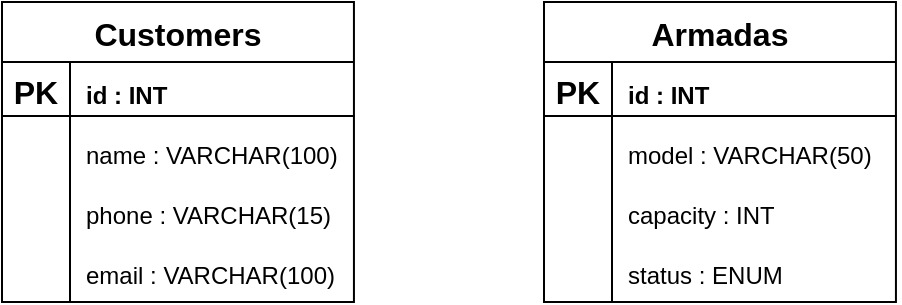
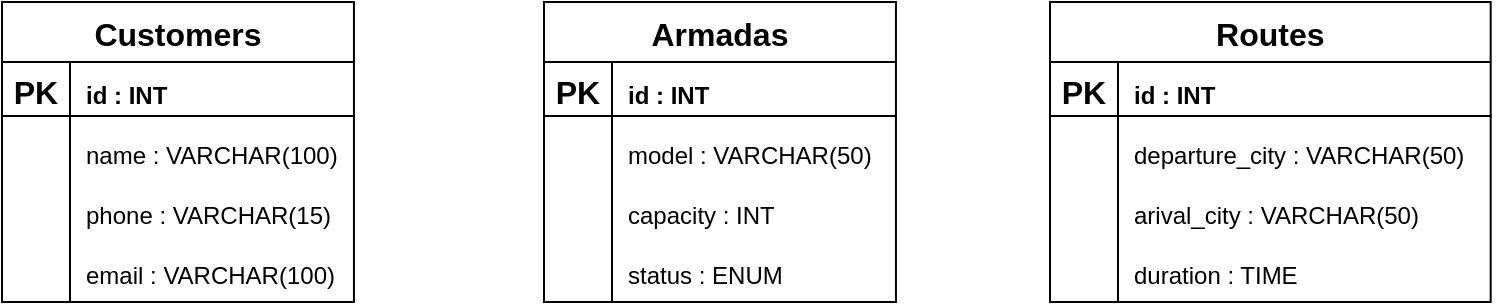
<mxfile host="Electron">
  <diagram name="Page-1" id="kJ8Mc6y_ZzB0DB1dgNBE">
-     <mxGraphModel dx="1223" dy="722" grid="0" gridSize="10" guides="1" tooltips="1" connect="1" arrows="1" fold="1" page="1" pageScale="1" pageWidth="1169" pageHeight="827" background="#ffffff" math="0" shadow="0">
+     <mxGraphModel dx="1019" dy="602" grid="0" gridSize="10" guides="1" tooltips="1" connect="1" arrows="1" fold="1" page="1" pageScale="1" pageWidth="1169" pageHeight="827" background="#ffffff" math="0" shadow="0">
      <root>
        <mxCell id="0" />
        <mxCell id="1" parent="0" />
        <mxCell id="spA_d-TOyame6YQLWrdW-179" parent="1" style="shape=table;startSize=30;container=1;collapsible=0;childLayout=tableLayout;fixedRows=1;rowLines=0;fontStyle=1;strokeColor=#000000;fontSize=16;fontColor=#000000;fillColor=#FFFFFF;" value="Customers" vertex="1">
          <mxGeometry height="150" width="175.9722609747027" x="104" y="78" as="geometry" />
        </mxCell>
        <mxCell id="spA_d-TOyame6YQLWrdW-180" parent="spA_d-TOyame6YQLWrdW-179" style="shape=tableRow;horizontal=0;startSize=0;swimlaneHead=0;swimlaneBody=0;top=0;left=0;bottom=0;right=0;collapsible=0;dropTarget=0;fillColor=none;points=[[0,0.5],[1,0.5]];portConstraint=eastwest;strokeColor=inherit;fontSize=16;" value="" vertex="1">
          <mxGeometry height="30" width="175.9722609747027" y="30" as="geometry" />
        </mxCell>
        <mxCell id="spA_d-TOyame6YQLWrdW-181" parent="spA_d-TOyame6YQLWrdW-180" style="shape=partialRectangle;html=1;whiteSpace=wrap;connectable=0;fillColor=none;top=0;left=0;bottom=0;right=0;overflow=hidden;pointerEvents=1;strokeColor=#000000;fontSize=16;fontColor=#000000;" value="&lt;b&gt;PK&lt;/b&gt;" vertex="1">
          <mxGeometry height="30" width="34" as="geometry">
            <mxRectangle height="30" width="34" as="alternateBounds" />
          </mxGeometry>
        </mxCell>
        <mxCell id="spA_d-TOyame6YQLWrdW-182" parent="spA_d-TOyame6YQLWrdW-180" style="shape=partialRectangle;html=1;whiteSpace=wrap;connectable=0;fillColor=none;top=0;left=0;bottom=0;right=0;align=left;spacingLeft=6;overflow=hidden;strokeColor=#000000;fontSize=16;fontColor=#000000;" value="&lt;font style=&quot;font-size: 12px;&quot;&gt;&lt;b&gt;id : INT&lt;/b&gt;&lt;/font&gt;" vertex="1">
          <mxGeometry height="30" width="142" x="34" as="geometry">
            <mxRectangle height="30" width="142" as="alternateBounds" />
          </mxGeometry>
        </mxCell>
        <mxCell id="spA_d-TOyame6YQLWrdW-183" parent="spA_d-TOyame6YQLWrdW-179" style="shape=tableRow;horizontal=0;startSize=0;swimlaneHead=0;swimlaneBody=0;top=0;left=0;bottom=0;right=0;collapsible=0;dropTarget=0;fillColor=none;points=[[0,0.5],[1,0.5]];portConstraint=eastwest;strokeColor=inherit;fontSize=16;" value="" vertex="1">
          <mxGeometry height="30" width="175.9722609747027" y="60" as="geometry" />
        </mxCell>
        <mxCell id="spA_d-TOyame6YQLWrdW-184" parent="spA_d-TOyame6YQLWrdW-183" style="shape=partialRectangle;html=1;whiteSpace=wrap;connectable=0;fillColor=none;top=0;left=0;bottom=0;right=0;overflow=hidden;strokeColor=inherit;fontSize=16;fontColor=#000000;" value="" vertex="1">
          <mxGeometry height="30" width="34" as="geometry">
            <mxRectangle height="30" width="34" as="alternateBounds" />
          </mxGeometry>
        </mxCell>
        <mxCell id="spA_d-TOyame6YQLWrdW-185" parent="spA_d-TOyame6YQLWrdW-183" style="shape=partialRectangle;html=1;whiteSpace=wrap;connectable=0;fillColor=none;top=0;left=0;bottom=0;right=0;align=left;spacingLeft=6;overflow=hidden;strokeColor=inherit;fontSize=16;fontColor=#000000;" value="&lt;span style=&quot;color: rgb(0, 0, 0); font-size: 12px;&quot;&gt;name :&amp;nbsp;&lt;/span&gt;&lt;span style=&quot;color: rgb(0, 0, 0); font-size: 12px; text-align: center;&quot;&gt;VARCHAR(100)&lt;/span&gt;" vertex="1">
          <mxGeometry height="30" width="142" x="34" as="geometry">
            <mxRectangle height="30" width="142" as="alternateBounds" />
          </mxGeometry>
        </mxCell>
        <mxCell id="spA_d-TOyame6YQLWrdW-186" parent="spA_d-TOyame6YQLWrdW-179" style="shape=tableRow;horizontal=0;startSize=0;swimlaneHead=0;swimlaneBody=0;top=0;left=0;bottom=0;right=0;collapsible=0;dropTarget=0;fillColor=none;points=[[0,0.5],[1,0.5]];portConstraint=eastwest;strokeColor=inherit;fontSize=16;" value="" vertex="1">
          <mxGeometry height="30" width="175.9722609747027" y="90" as="geometry" />
        </mxCell>
        <mxCell id="spA_d-TOyame6YQLWrdW-187" parent="spA_d-TOyame6YQLWrdW-186" style="shape=partialRectangle;html=1;whiteSpace=wrap;connectable=0;fillColor=none;top=0;left=0;bottom=0;right=0;overflow=hidden;strokeColor=inherit;fontSize=16;fontColor=#000000;" value="" vertex="1">
          <mxGeometry height="30" width="34" as="geometry">
            <mxRectangle height="30" width="34" as="alternateBounds" />
          </mxGeometry>
        </mxCell>
        <mxCell id="spA_d-TOyame6YQLWrdW-188" parent="spA_d-TOyame6YQLWrdW-186" style="shape=partialRectangle;html=1;whiteSpace=wrap;connectable=0;fillColor=none;top=0;left=0;bottom=0;right=0;align=left;spacingLeft=6;overflow=hidden;strokeColor=inherit;fontSize=16;fontColor=#000000;" value="&lt;span style=&quot;color: rgb(0, 0, 0); font-size: 12px;&quot;&gt;phone :&amp;nbsp;&lt;/span&gt;&lt;span style=&quot;color: rgb(0, 0, 0); font-size: 12px; text-align: center;&quot;&gt;VARCHAR(15)&lt;/span&gt;" vertex="1">
          <mxGeometry height="30" width="142" x="34" as="geometry">
            <mxRectangle height="30" width="142" as="alternateBounds" />
          </mxGeometry>
        </mxCell>
        <mxCell id="Xo8xpW6T9qOqPY2RvKqo-4" parent="spA_d-TOyame6YQLWrdW-179" style="shape=tableRow;horizontal=0;startSize=0;swimlaneHead=0;swimlaneBody=0;top=0;left=0;bottom=0;right=0;collapsible=0;dropTarget=0;fillColor=none;points=[[0,0.5],[1,0.5]];portConstraint=eastwest;strokeColor=inherit;fontSize=16;" value="" vertex="1">
          <mxGeometry height="30" width="175.9722609747027" y="120" as="geometry" />
        </mxCell>
        <mxCell id="Xo8xpW6T9qOqPY2RvKqo-5" parent="Xo8xpW6T9qOqPY2RvKqo-4" style="shape=partialRectangle;html=1;whiteSpace=wrap;connectable=0;fillColor=none;top=0;left=0;bottom=0;right=0;overflow=hidden;strokeColor=inherit;fontSize=16;fontColor=#000000;" value="" vertex="1">
          <mxGeometry height="30" width="34" as="geometry">
            <mxRectangle height="30" width="34" as="alternateBounds" />
          </mxGeometry>
        </mxCell>
        <mxCell id="Xo8xpW6T9qOqPY2RvKqo-6" parent="Xo8xpW6T9qOqPY2RvKqo-4" style="shape=partialRectangle;html=1;whiteSpace=wrap;connectable=0;fillColor=none;top=0;left=0;bottom=0;right=0;align=left;spacingLeft=6;overflow=hidden;strokeColor=inherit;fontSize=16;fontColor=#000000;" value="&lt;span style=&quot;color: rgb(0, 0, 0); font-size: 12px;&quot;&gt;email :&amp;nbsp;&lt;/span&gt;&lt;span style=&quot;color: rgb(0, 0, 0); font-size: 12px; text-align: center;&quot;&gt;VARCHAR(100)&lt;/span&gt;" vertex="1">
          <mxGeometry height="30" width="142" x="34" as="geometry">
            <mxRectangle height="30" width="142" as="alternateBounds" />
          </mxGeometry>
        </mxCell>
        <mxCell id="Xo8xpW6T9qOqPY2RvKqo-3" edge="1" parent="spA_d-TOyame6YQLWrdW-179" source="spA_d-TOyame6YQLWrdW-180" style="endArrow=none;html=1;rounded=0;strokeColor=#000000;entryX=1.002;entryY=0.898;entryDx=0;entryDy=0;entryPerimeter=0;exitX=0;exitY=0.9;exitDx=0;exitDy=0;exitPerimeter=0;" target="spA_d-TOyame6YQLWrdW-180" value="">
          <mxGeometry height="50" relative="1" width="50" as="geometry">
            <mxPoint x="72" y="102" as="sourcePoint" />
            <mxPoint x="122" y="52" as="targetPoint" />
          </mxGeometry>
        </mxCell>
        <mxCell id="Xo8xpW6T9qOqPY2RvKqo-7" parent="1" style="shape=table;startSize=30;container=1;collapsible=0;childLayout=tableLayout;fixedRows=1;rowLines=0;fontStyle=1;strokeColor=#000000;fontSize=16;fontColor=#000000;fillColor=#FFFFFF;" value="Armadas" vertex="1">
          <mxGeometry height="150" width="175.9722609747027" x="375" y="78" as="geometry" />
        </mxCell>
        <mxCell id="Xo8xpW6T9qOqPY2RvKqo-8" parent="Xo8xpW6T9qOqPY2RvKqo-7" style="shape=tableRow;horizontal=0;startSize=0;swimlaneHead=0;swimlaneBody=0;top=0;left=0;bottom=0;right=0;collapsible=0;dropTarget=0;fillColor=none;points=[[0,0.5],[1,0.5]];portConstraint=eastwest;strokeColor=inherit;fontSize=16;" value="" vertex="1">
          <mxGeometry height="30" width="175.9722609747027" y="30" as="geometry" />
        </mxCell>
        <mxCell id="Xo8xpW6T9qOqPY2RvKqo-9" parent="Xo8xpW6T9qOqPY2RvKqo-8" style="shape=partialRectangle;html=1;whiteSpace=wrap;connectable=0;fillColor=none;top=0;left=0;bottom=0;right=0;overflow=hidden;pointerEvents=1;strokeColor=#000000;fontSize=16;fontColor=#000000;" value="&lt;b&gt;PK&lt;/b&gt;" vertex="1">
          <mxGeometry height="30" width="34" as="geometry">
            <mxRectangle height="30" width="34" as="alternateBounds" />
          </mxGeometry>
        </mxCell>
        <mxCell id="Xo8xpW6T9qOqPY2RvKqo-10" parent="Xo8xpW6T9qOqPY2RvKqo-8" style="shape=partialRectangle;html=1;whiteSpace=wrap;connectable=0;fillColor=none;top=0;left=0;bottom=0;right=0;align=left;spacingLeft=6;overflow=hidden;strokeColor=#000000;fontSize=16;fontColor=#000000;" value="&lt;font style=&quot;font-size: 12px;&quot;&gt;&lt;b&gt;id : INT&lt;/b&gt;&lt;/font&gt;" vertex="1">
          <mxGeometry height="30" width="142" x="34" as="geometry">
            <mxRectangle height="30" width="142" as="alternateBounds" />
          </mxGeometry>
        </mxCell>
        <mxCell id="Xo8xpW6T9qOqPY2RvKqo-11" parent="Xo8xpW6T9qOqPY2RvKqo-7" style="shape=tableRow;horizontal=0;startSize=0;swimlaneHead=0;swimlaneBody=0;top=0;left=0;bottom=0;right=0;collapsible=0;dropTarget=0;fillColor=none;points=[[0,0.5],[1,0.5]];portConstraint=eastwest;strokeColor=inherit;fontSize=16;" value="" vertex="1">
          <mxGeometry height="30" width="175.9722609747027" y="60" as="geometry" />
        </mxCell>
        <mxCell id="Xo8xpW6T9qOqPY2RvKqo-12" parent="Xo8xpW6T9qOqPY2RvKqo-11" style="shape=partialRectangle;html=1;whiteSpace=wrap;connectable=0;fillColor=none;top=0;left=0;bottom=0;right=0;overflow=hidden;strokeColor=inherit;fontSize=16;fontColor=#000000;" value="" vertex="1">
          <mxGeometry height="30" width="34" as="geometry">
            <mxRectangle height="30" width="34" as="alternateBounds" />
          </mxGeometry>
        </mxCell>
        <mxCell id="Xo8xpW6T9qOqPY2RvKqo-13" parent="Xo8xpW6T9qOqPY2RvKqo-11" style="shape=partialRectangle;html=1;whiteSpace=wrap;connectable=0;fillColor=none;top=0;left=0;bottom=0;right=0;align=left;spacingLeft=6;overflow=hidden;strokeColor=inherit;fontSize=16;fontColor=#000000;" value="&lt;font color=&quot;#000000&quot;&gt;&lt;span style=&quot;font-size: 12px;&quot;&gt;model : VARCHAR(50)&lt;/span&gt;&lt;/font&gt;" vertex="1">
          <mxGeometry height="30" width="142" x="34" as="geometry">
            <mxRectangle height="30" width="142" as="alternateBounds" />
          </mxGeometry>
        </mxCell>
        <mxCell id="Xo8xpW6T9qOqPY2RvKqo-14" parent="Xo8xpW6T9qOqPY2RvKqo-7" style="shape=tableRow;horizontal=0;startSize=0;swimlaneHead=0;swimlaneBody=0;top=0;left=0;bottom=0;right=0;collapsible=0;dropTarget=0;fillColor=none;points=[[0,0.5],[1,0.5]];portConstraint=eastwest;strokeColor=inherit;fontSize=16;" value="" vertex="1">
          <mxGeometry height="30" width="175.9722609747027" y="90" as="geometry" />
        </mxCell>
        <mxCell id="Xo8xpW6T9qOqPY2RvKqo-15" parent="Xo8xpW6T9qOqPY2RvKqo-14" style="shape=partialRectangle;html=1;whiteSpace=wrap;connectable=0;fillColor=none;top=0;left=0;bottom=0;right=0;overflow=hidden;strokeColor=inherit;fontSize=16;fontColor=#000000;" value="" vertex="1">
          <mxGeometry height="30" width="34" as="geometry">
            <mxRectangle height="30" width="34" as="alternateBounds" />
          </mxGeometry>
        </mxCell>
        <mxCell id="Xo8xpW6T9qOqPY2RvKqo-16" parent="Xo8xpW6T9qOqPY2RvKqo-14" style="shape=partialRectangle;html=1;whiteSpace=wrap;connectable=0;fillColor=none;top=0;left=0;bottom=0;right=0;align=left;spacingLeft=6;overflow=hidden;strokeColor=inherit;fontSize=16;fontColor=#000000;" value="&lt;div style=&quot;text-align: center;&quot;&gt;&lt;span style=&quot;color: rgb(0, 0, 0); font-size: 12px; background-color: transparent;&quot;&gt;capacity : INT&lt;/span&gt;&lt;/div&gt;" vertex="1">
          <mxGeometry height="30" width="142" x="34" as="geometry">
            <mxRectangle height="30" width="142" as="alternateBounds" />
          </mxGeometry>
        </mxCell>
        <mxCell id="Xo8xpW6T9qOqPY2RvKqo-17" parent="Xo8xpW6T9qOqPY2RvKqo-7" style="shape=tableRow;horizontal=0;startSize=0;swimlaneHead=0;swimlaneBody=0;top=0;left=0;bottom=0;right=0;collapsible=0;dropTarget=0;fillColor=none;points=[[0,0.5],[1,0.5]];portConstraint=eastwest;strokeColor=inherit;fontSize=16;" value="" vertex="1">
          <mxGeometry height="30" width="175.9722609747027" y="120" as="geometry" />
        </mxCell>
        <mxCell id="Xo8xpW6T9qOqPY2RvKqo-18" parent="Xo8xpW6T9qOqPY2RvKqo-17" style="shape=partialRectangle;html=1;whiteSpace=wrap;connectable=0;fillColor=none;top=0;left=0;bottom=0;right=0;overflow=hidden;strokeColor=inherit;fontSize=16;fontColor=#000000;" value="" vertex="1">
          <mxGeometry height="30" width="34" as="geometry">
            <mxRectangle height="30" width="34" as="alternateBounds" />
          </mxGeometry>
        </mxCell>
        <mxCell id="Xo8xpW6T9qOqPY2RvKqo-19" parent="Xo8xpW6T9qOqPY2RvKqo-17" style="shape=partialRectangle;html=1;whiteSpace=wrap;connectable=0;fillColor=none;top=0;left=0;bottom=0;right=0;align=left;spacingLeft=6;overflow=hidden;strokeColor=inherit;fontSize=16;fontColor=#000000;" value="&lt;span style=&quot;color: rgb(0, 0, 0); font-size: 12px;&quot;&gt;status :&amp;nbsp;&lt;/span&gt;&lt;span style=&quot;color: rgb(0, 0, 0); font-size: 12px; text-align: center;&quot;&gt;ENUM&lt;/span&gt;" vertex="1">
          <mxGeometry height="30" width="142" x="34" as="geometry">
            <mxRectangle height="30" width="142" as="alternateBounds" />
          </mxGeometry>
        </mxCell>
        <mxCell id="Xo8xpW6T9qOqPY2RvKqo-20" edge="1" parent="Xo8xpW6T9qOqPY2RvKqo-7" source="Xo8xpW6T9qOqPY2RvKqo-8" style="endArrow=none;html=1;rounded=0;strokeColor=#000000;entryX=1.002;entryY=0.898;entryDx=0;entryDy=0;entryPerimeter=0;exitX=0;exitY=0.9;exitDx=0;exitDy=0;exitPerimeter=0;" target="Xo8xpW6T9qOqPY2RvKqo-8" value="">
          <mxGeometry height="50" relative="1" width="50" as="geometry">
            <mxPoint x="72" y="102" as="sourcePoint" />
            <mxPoint x="122" y="52" as="targetPoint" />
          </mxGeometry>
        </mxCell>
+         <mxCell id="Xo8xpW6T9qOqPY2RvKqo-21" parent="1" style="shape=table;startSize=30;container=1;collapsible=0;childLayout=tableLayout;fixedRows=1;rowLines=0;fontStyle=1;strokeColor=#000000;fontSize=16;fontColor=#000000;fillColor=#FFFFFF;" value="Routes" vertex="1">
+           <mxGeometry height="150" width="220.34746442522356" x="628" y="78" as="geometry" />
+         </mxCell>
+         <mxCell id="Xo8xpW6T9qOqPY2RvKqo-22" parent="Xo8xpW6T9qOqPY2RvKqo-21" style="shape=tableRow;horizontal=0;startSize=0;swimlaneHead=0;swimlaneBody=0;top=0;left=0;bottom=0;right=0;collapsible=0;dropTarget=0;fillColor=none;points=[[0,0.5],[1,0.5]];portConstraint=eastwest;strokeColor=inherit;fontSize=16;" value="" vertex="1">
+           <mxGeometry height="30" width="220.34746442522356" y="30" as="geometry" />
+         </mxCell>
+         <mxCell id="Xo8xpW6T9qOqPY2RvKqo-23" parent="Xo8xpW6T9qOqPY2RvKqo-22" style="shape=partialRectangle;html=1;whiteSpace=wrap;connectable=0;fillColor=none;top=0;left=0;bottom=0;right=0;overflow=hidden;pointerEvents=1;strokeColor=#000000;fontSize=16;fontColor=#000000;" value="&lt;b&gt;PK&lt;/b&gt;" vertex="1">
+           <mxGeometry height="30" width="34" as="geometry">
+             <mxRectangle height="30" width="34" as="alternateBounds" />
+           </mxGeometry>
+         </mxCell>
+         <mxCell id="Xo8xpW6T9qOqPY2RvKqo-24" parent="Xo8xpW6T9qOqPY2RvKqo-22" style="shape=partialRectangle;html=1;whiteSpace=wrap;connectable=0;fillColor=none;top=0;left=0;bottom=0;right=0;align=left;spacingLeft=6;overflow=hidden;strokeColor=#000000;fontSize=16;fontColor=#000000;" value="&lt;font style=&quot;font-size: 12px;&quot;&gt;&lt;b&gt;id : INT&lt;/b&gt;&lt;/font&gt;" vertex="1">
+           <mxGeometry height="30" width="186" x="34" as="geometry">
+             <mxRectangle height="30" width="186" as="alternateBounds" />
+           </mxGeometry>
+         </mxCell>
+         <mxCell id="Xo8xpW6T9qOqPY2RvKqo-25" parent="Xo8xpW6T9qOqPY2RvKqo-21" style="shape=tableRow;horizontal=0;startSize=0;swimlaneHead=0;swimlaneBody=0;top=0;left=0;bottom=0;right=0;collapsible=0;dropTarget=0;fillColor=none;points=[[0,0.5],[1,0.5]];portConstraint=eastwest;strokeColor=inherit;fontSize=16;" value="" vertex="1">
+           <mxGeometry height="30" width="220.34746442522356" y="60" as="geometry" />
+         </mxCell>
+         <mxCell id="Xo8xpW6T9qOqPY2RvKqo-26" parent="Xo8xpW6T9qOqPY2RvKqo-25" style="shape=partialRectangle;html=1;whiteSpace=wrap;connectable=0;fillColor=none;top=0;left=0;bottom=0;right=0;overflow=hidden;strokeColor=inherit;fontSize=16;fontColor=#000000;" value="" vertex="1">
+           <mxGeometry height="30" width="34" as="geometry">
+             <mxRectangle height="30" width="34" as="alternateBounds" />
+           </mxGeometry>
+         </mxCell>
+         <mxCell id="Xo8xpW6T9qOqPY2RvKqo-27" parent="Xo8xpW6T9qOqPY2RvKqo-25" style="shape=partialRectangle;html=1;whiteSpace=wrap;connectable=0;fillColor=none;top=0;left=0;bottom=0;right=0;align=left;spacingLeft=6;overflow=hidden;strokeColor=inherit;fontSize=16;fontColor=#000000;" value="&lt;font color=&quot;#000000&quot;&gt;&lt;span style=&quot;font-size: 12px;&quot;&gt;departure_city : VARCHAR(50)&lt;/span&gt;&lt;/font&gt;" vertex="1">
+           <mxGeometry height="30" width="186" x="34" as="geometry">
+             <mxRectangle height="30" width="186" as="alternateBounds" />
+           </mxGeometry>
+         </mxCell>
+         <mxCell id="Xo8xpW6T9qOqPY2RvKqo-28" parent="Xo8xpW6T9qOqPY2RvKqo-21" style="shape=tableRow;horizontal=0;startSize=0;swimlaneHead=0;swimlaneBody=0;top=0;left=0;bottom=0;right=0;collapsible=0;dropTarget=0;fillColor=none;points=[[0,0.5],[1,0.5]];portConstraint=eastwest;strokeColor=inherit;fontSize=16;" value="" vertex="1">
+           <mxGeometry height="30" width="220.34746442522356" y="90" as="geometry" />
+         </mxCell>
+         <mxCell id="Xo8xpW6T9qOqPY2RvKqo-29" parent="Xo8xpW6T9qOqPY2RvKqo-28" style="shape=partialRectangle;html=1;whiteSpace=wrap;connectable=0;fillColor=none;top=0;left=0;bottom=0;right=0;overflow=hidden;strokeColor=inherit;fontSize=16;fontColor=#000000;" value="" vertex="1">
+           <mxGeometry height="30" width="34" as="geometry">
+             <mxRectangle height="30" width="34" as="alternateBounds" />
+           </mxGeometry>
+         </mxCell>
+         <mxCell id="Xo8xpW6T9qOqPY2RvKqo-30" parent="Xo8xpW6T9qOqPY2RvKqo-28" style="shape=partialRectangle;html=1;whiteSpace=wrap;connectable=0;fillColor=none;top=0;left=0;bottom=0;right=0;align=left;spacingLeft=6;overflow=hidden;strokeColor=inherit;fontSize=16;fontColor=#000000;" value="&lt;div style=&quot;text-align: center;&quot;&gt;&lt;span style=&quot;color: rgb(0, 0, 0); font-size: 12px; background-color: transparent;&quot;&gt;arival_city : VARCHAR(50)&lt;/span&gt;&lt;/div&gt;" vertex="1">
+           <mxGeometry height="30" width="186" x="34" as="geometry">
+             <mxRectangle height="30" width="186" as="alternateBounds" />
+           </mxGeometry>
+         </mxCell>
+         <mxCell id="Xo8xpW6T9qOqPY2RvKqo-31" parent="Xo8xpW6T9qOqPY2RvKqo-21" style="shape=tableRow;horizontal=0;startSize=0;swimlaneHead=0;swimlaneBody=0;top=0;left=0;bottom=0;right=0;collapsible=0;dropTarget=0;fillColor=none;points=[[0,0.5],[1,0.5]];portConstraint=eastwest;strokeColor=inherit;fontSize=16;" value="" vertex="1">
+           <mxGeometry height="30" width="220.34746442522356" y="120" as="geometry" />
+         </mxCell>
+         <mxCell id="Xo8xpW6T9qOqPY2RvKqo-32" parent="Xo8xpW6T9qOqPY2RvKqo-31" style="shape=partialRectangle;html=1;whiteSpace=wrap;connectable=0;fillColor=none;top=0;left=0;bottom=0;right=0;overflow=hidden;strokeColor=inherit;fontSize=16;fontColor=#000000;" value="" vertex="1">
+           <mxGeometry height="30" width="34" as="geometry">
+             <mxRectangle height="30" width="34" as="alternateBounds" />
+           </mxGeometry>
+         </mxCell>
+         <mxCell id="Xo8xpW6T9qOqPY2RvKqo-33" parent="Xo8xpW6T9qOqPY2RvKqo-31" style="shape=partialRectangle;html=1;whiteSpace=wrap;connectable=0;fillColor=none;top=0;left=0;bottom=0;right=0;align=left;spacingLeft=6;overflow=hidden;strokeColor=inherit;fontSize=16;fontColor=#000000;" value="&lt;div style=&quot;text-align: center;&quot;&gt;&lt;span style=&quot;color: rgb(0, 0, 0); font-size: 12px; background-color: transparent;&quot;&gt;duration : TIME&lt;/span&gt;&lt;/div&gt;" vertex="1">
+           <mxGeometry height="30" width="186" x="34" as="geometry">
+             <mxRectangle height="30" width="186" as="alternateBounds" />
+           </mxGeometry>
+         </mxCell>
+         <mxCell id="Xo8xpW6T9qOqPY2RvKqo-34" edge="1" parent="Xo8xpW6T9qOqPY2RvKqo-21" source="Xo8xpW6T9qOqPY2RvKqo-22" style="endArrow=none;html=1;rounded=0;strokeColor=#000000;entryX=1.002;entryY=0.898;entryDx=0;entryDy=0;entryPerimeter=0;exitX=0;exitY=0.9;exitDx=0;exitDy=0;exitPerimeter=0;" target="Xo8xpW6T9qOqPY2RvKqo-22" value="">
+           <mxGeometry height="50" relative="1" width="50" as="geometry">
+             <mxPoint x="72" y="102" as="sourcePoint" />
+             <mxPoint x="122" y="52" as="targetPoint" />
+           </mxGeometry>
+         </mxCell>
      </root>
    </mxGraphModel>
  </diagram>
</mxfile>
